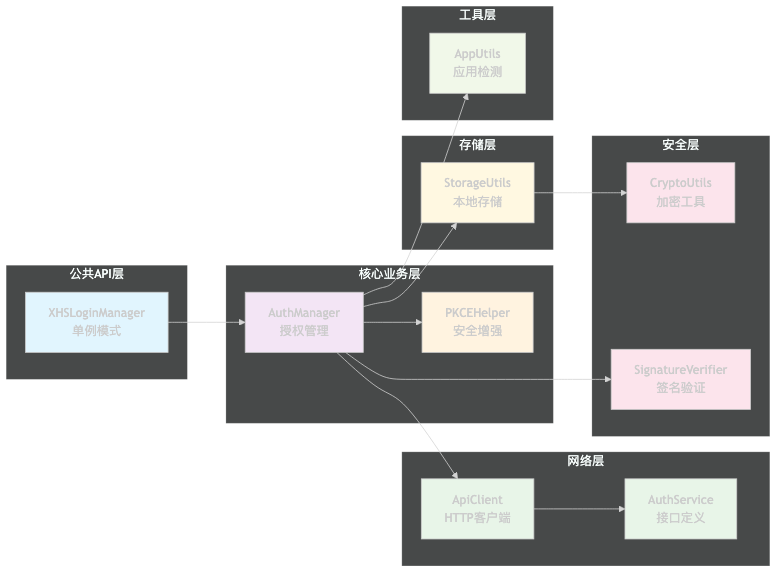
Earlier version of the Mermaid export diagrams/03-components.png (yrickwong/xhs-login-sdk). Its source is kept beside it as diagrams/03-components.mmd.
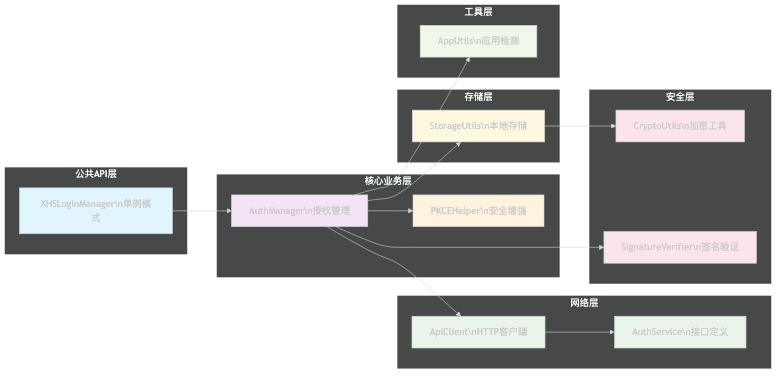
After the commit.

The edit, as a diff of the source:
```diff
@@ -1,29 +1,29 @@
 graph LR
     subgraph "公共API层"
-        A[XHSLoginManager<br/>单例模式]
+        A["XHSLoginManager\n单例模式"]
     end
 
     subgraph "核心业务层"
-        B[AuthManager<br/>授权管理]
-        C[PKCEHelper<br/>安全增强]
+        B["AuthManager\n授权管理"]
+        C["PKCEHelper\n安全增强"]
     end
 
     subgraph "网络层"
-        D[ApiClient<br/>HTTP客户端]
-        E[AuthService<br/>接口定义]
+        D["ApiClient\nHTTP客户端"]
+        E["AuthService\n接口定义"]
     end
 
     subgraph "安全层"
-        F[CryptoUtils<br/>加密工具]
-        G[SignatureVerifier<br/>签名验证]
+        F["CryptoUtils\n加密工具"]
+        G["SignatureVerifier\n签名验证"]
     end
 
     subgraph "存储层"
-        H[StorageUtils<br/>本地存储]
+        H["StorageUtils\n本地存储"]
     end
 
     subgraph "工具层"
-        I[AppUtils<br/>应用检测]
+        I["AppUtils\n应用检测"]
     end
 
     A --> B
```
